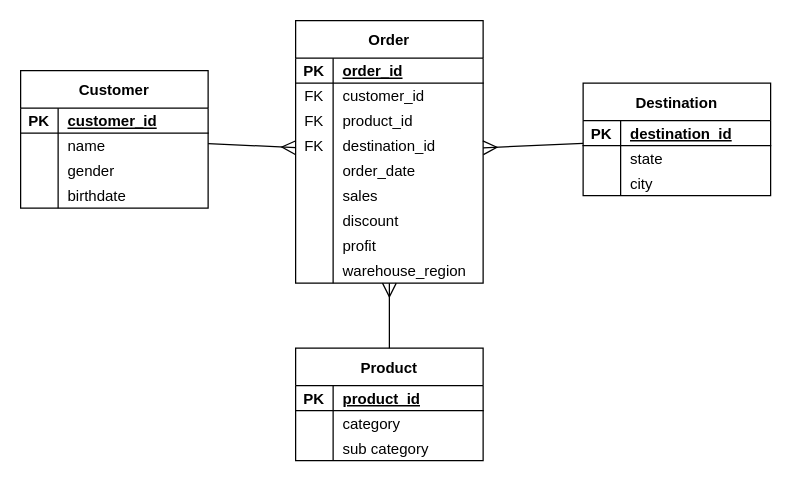
Swithan/Datawarehouse-ETL keeps this draw.io diagram as page "DW & ETL" (1 of 3) of datawarehouse.drawio. Above is the earlier version. Source tidied: cells renumbered, new cells numbered last; positions are measured from the earlier drawing's top-left corner, leaving out a move shared by most shapes. Both pictures are drawn from the tidied source at 125%, with x=0, y=0 at pixel (20, 20).
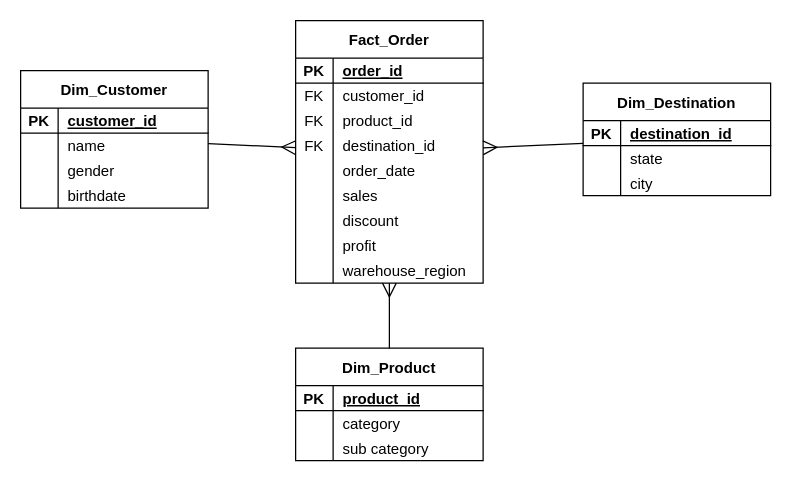
Above is the later version.

Diff of the diagram source:
```diff
@@
-    <mxCell id="2" value="Destination" style="shape=table;startSize=30;childLayout=tableLayout;rowLines=0;fontStyle=1;align=center;" parent="1" vertex="1">
+    <mxCell id="2" value="Dim_Destination" style="shape=table;startSize=30;childLayout=tableLayout;rowLines=0;fontStyle=1;align=center;" parent="1" vertex="1">
       <mxGeometry x="450" y="50" width="150" height="90" as="geometry" />
     </mxCell>
@@
-    <mxCell id="12" value="Product" style="shape=table;startSize=30;childLayout=tableLayout;rowLines=0;fontStyle=1;align=center;" parent="1" vertex="1">
+    <mxCell id="12" value="Dim_Product" style="shape=table;startSize=30;childLayout=tableLayout;rowLines=0;fontStyle=1;align=center;" parent="1" vertex="1">
       <mxGeometry x="220" y="262" width="150" height="90" as="geometry" />
     </mxCell>
@@
-    <mxCell id="22" value="Customer" style="shape=table;startSize=30;childLayout=tableLayout;rowLines=0;fontStyle=1;align=center;" parent="1" vertex="1">
+    <mxCell id="22" value="Dim_Customer" style="shape=table;startSize=30;childLayout=tableLayout;rowLines=0;fontStyle=1;align=center;" parent="1" vertex="1">
       <mxGeometry y="40" width="150" height="110" as="geometry" />
     </mxCell>
@@
-    <mxCell id="35" value="Order" style="shape=table;startSize=30;childLayout=tableLayout;rowLines=0;fontStyle=1;align=center;" parent="1" vertex="1">
+    <mxCell id="35" value="Fact_Order" style="shape=table;startSize=30;childLayout=tableLayout;rowLines=0;fontStyle=1;align=center;" parent="1" vertex="1">
       <mxGeometry x="220" width="150" height="210" as="geometry" />
     </mxCell>
```
